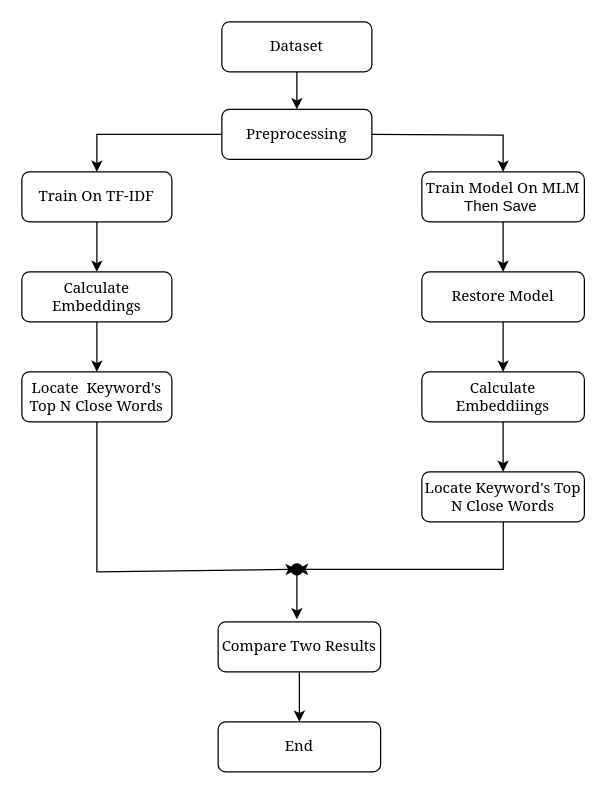
The draw.io diagram ProcessDiagram.drawio in oitik/drawio, before the edit. Source tidied: cells renumbered, new cells numbered last; positions are measured from the earlier drawing's top-left corner, leaving out a move shared by most shapes. Both pictures are drawn from the tidied source at 125%, with x=0, y=0 at pixel (21, 21).
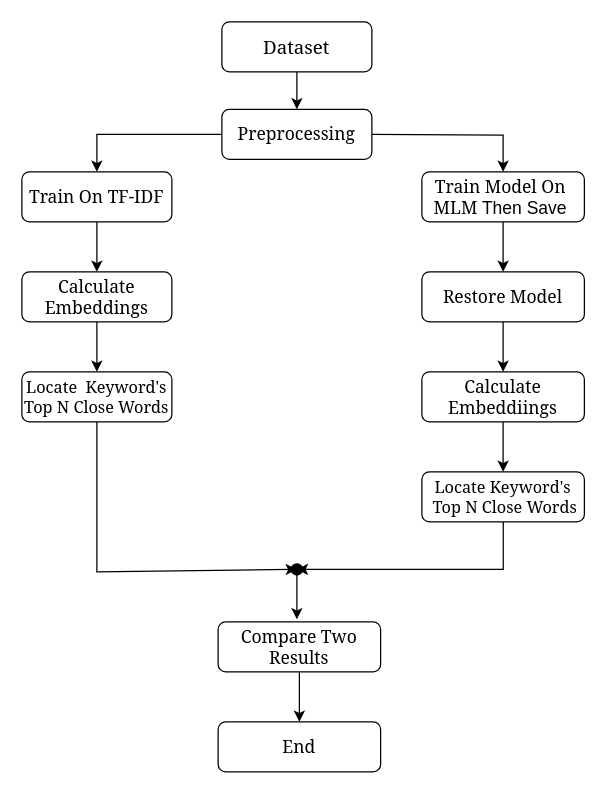
Above is the later version.

Change to the diagram source:
```diff
@@
-    <mxCell id="3" value="&lt;font face=&quot;Georgia&quot;&gt;Dataset&lt;/font&gt;" style="rounded=1;whiteSpace=wrap;html=1;fontSize=12;glass=0;strokeWidth=1;shadow=0;" parent="1" vertex="1">
+    <mxCell id="3" value="&lt;font style=&quot;font-size: 15px;&quot; face=&quot;Georgia&quot;&gt;Dataset&lt;/font&gt;" style="rounded=1;whiteSpace=wrap;html=1;fontSize=12;glass=0;strokeWidth=1;shadow=0;" parent="1" vertex="1">
       <mxGeometry x="160" width="120" height="40" as="geometry" />
     </mxCell>
@@
-    <mxCell id="6" value="&lt;font face=&quot;Georgia&quot;&gt;Train Model On MLM&lt;/font&gt;&lt;div&gt;&lt;font face=&quot;YG_AiRH8RdLS5TOYh-Wq&quot;&gt;Then Save&amp;nbsp;&lt;/font&gt;&lt;/div&gt;" style="whiteSpace=wrap;html=1;rounded=1;glass=0;strokeWidth=1;shadow=0;" parent="1" vertex="1">
+    <mxCell id="6" value="&lt;font style=&quot;font-size: 14px;&quot; face=&quot;Georgia&quot;&gt;Train Model On&amp;nbsp;&lt;/font&gt;&lt;div style=&quot;font-size: 14px;&quot;&gt;&lt;font style=&quot;font-size: 14px;&quot;&gt;&lt;span style=&quot;font-family: Georgia;&quot;&gt;MLM&amp;nbsp;&lt;/span&gt;&lt;span style=&quot;font-family: YG_AiRH8RdLS5TOYh-Wq;&quot;&gt;Then Save&amp;nbsp;&lt;/span&gt;&lt;/font&gt;&lt;/div&gt;" style="whiteSpace=wrap;html=1;rounded=1;glass=0;strokeWidth=1;shadow=0;" parent="1" vertex="1">
       <mxGeometry x="320" y="120" width="130" height="40" as="geometry" />
     </mxCell>
@@
-    <mxCell id="8" value="&lt;font face=&quot;Georgia&quot;&gt;Preprocessing&lt;/font&gt;" style="rounded=1;whiteSpace=wrap;html=1;fontSize=12;glass=0;strokeWidth=1;shadow=0;" parent="1" vertex="1">
+    <mxCell id="8" value="&lt;font style=&quot;font-size: 14px;&quot; face=&quot;Georgia&quot;&gt;Preprocessing&lt;/font&gt;" style="rounded=1;whiteSpace=wrap;html=1;fontSize=12;glass=0;strokeWidth=1;shadow=0;" parent="1" vertex="1">
       <mxGeometry x="160" y="70" width="120" height="40" as="geometry" />
     </mxCell>
@@
-    <mxCell id="10" value="&lt;font face=&quot;Georgia&quot;&gt;Train On TF-IDF&lt;/font&gt;" style="rounded=1;whiteSpace=wrap;html=1;fontSize=12;glass=0;strokeWidth=1;shadow=0;" parent="1" vertex="1">
+    <mxCell id="10" value="&lt;font style=&quot;font-size: 14px;&quot; face=&quot;Georgia&quot;&gt;Train On TF-IDF&lt;/font&gt;" style="rounded=1;whiteSpace=wrap;html=1;fontSize=12;glass=0;strokeWidth=1;shadow=0;" parent="1" vertex="1">
       <mxGeometry y="120" width="120" height="40" as="geometry" />
     </mxCell>
@@
-    <mxCell id="12" value="&lt;font face=&quot;Georgia&quot;&gt;Calculate Embeddings&lt;/font&gt;" style="rounded=1;whiteSpace=wrap;html=1;fontSize=12;glass=0;strokeWidth=1;shadow=0;" parent="1" vertex="1">
+    <mxCell id="12" value="&lt;font style=&quot;font-size: 14px;&quot; face=&quot;Georgia&quot;&gt;Calculate Embeddings&lt;/font&gt;" style="rounded=1;whiteSpace=wrap;html=1;fontSize=12;glass=0;strokeWidth=1;shadow=0;" parent="1" vertex="1">
       <mxGeometry y="200" width="120" height="40" as="geometry" />
     </mxCell>
@@
-    <mxCell id="14" value="&lt;font face=&quot;Georgia&quot;&gt;Restore Model&lt;/font&gt;" style="whiteSpace=wrap;html=1;rounded=1;glass=0;strokeWidth=1;shadow=0;" parent="1" vertex="1">
+    <mxCell id="14" value="&lt;font style=&quot;font-size: 14px;&quot; face=&quot;Georgia&quot;&gt;Restore Model&lt;/font&gt;" style="whiteSpace=wrap;html=1;rounded=1;glass=0;strokeWidth=1;shadow=0;" parent="1" vertex="1">
       <mxGeometry x="320" y="200" width="130" height="40" as="geometry" />
     </mxCell>
@@
-    <mxCell id="16" value="&lt;font face=&quot;Georgia&quot;&gt;Calculate Embeddiings&lt;/font&gt;" style="whiteSpace=wrap;html=1;rounded=1;glass=0;strokeWidth=1;shadow=0;" parent="1" vertex="1">
+    <mxCell id="16" value="&lt;font style=&quot;font-size: 14px;&quot; face=&quot;Georgia&quot;&gt;Calculate Embeddiings&lt;/font&gt;" style="whiteSpace=wrap;html=1;rounded=1;glass=0;strokeWidth=1;shadow=0;" parent="1" vertex="1">
       <mxGeometry x="320" y="280" width="130" height="40" as="geometry" />
     </mxCell>
@@
-    <mxCell id="18" value="&lt;font face=&quot;Georgia&quot;&gt;Locate Keyword's Top N Close Words&lt;/font&gt;" style="whiteSpace=wrap;html=1;rounded=1;glass=0;strokeWidth=1;shadow=0;" parent="1" vertex="1">
+    <mxCell id="18" value="&lt;font style=&quot;font-size: 13px;&quot; face=&quot;Georgia&quot;&gt;Locate Keyword's&lt;/font&gt;&lt;div&gt;&lt;font style=&quot;font-size: 13px;&quot; face=&quot;Georgia&quot;&gt;&amp;nbsp;Top N Close Words&lt;/font&gt;&lt;/div&gt;" style="whiteSpace=wrap;html=1;rounded=1;glass=0;strokeWidth=1;shadow=0;" parent="1" vertex="1">
       <mxGeometry x="320" y="360" width="130" height="40" as="geometry" />
     </mxCell>
-    <mxCell id="19" value="&lt;font face=&quot;Georgia&quot;&gt;Locate &amp;nbsp;Keyword's Top N Close Words&lt;/font&gt;" style="rounded=1;whiteSpace=wrap;html=1;fontSize=12;glass=0;strokeWidth=1;shadow=0;" parent="1" vertex="1">
+    <mxCell id="19" value="&lt;font style=&quot;font-size: 13px;&quot; face=&quot;Georgia&quot;&gt;Locate &amp;nbsp;Keyword's Top N Close Words&lt;/font&gt;" style="rounded=1;whiteSpace=wrap;html=1;fontSize=12;glass=0;strokeWidth=1;shadow=0;" parent="1" vertex="1">
       <mxGeometry y="280" width="120" height="40" as="geometry" />
     </mxCell>
@@
-    <mxCell id="24" value="&lt;font face=&quot;Georgia&quot;&gt;Compare Two Results&lt;/font&gt;" style="whiteSpace=wrap;html=1;rounded=1;glass=0;strokeWidth=1;shadow=0;" parent="1" vertex="1">
+    <mxCell id="24" value="&lt;font style=&quot;font-size: 14px;&quot; face=&quot;Georgia&quot;&gt;Compare Two Results&lt;/font&gt;" style="whiteSpace=wrap;html=1;rounded=1;glass=0;strokeWidth=1;shadow=0;" parent="1" vertex="1">
       <mxGeometry x="157" y="480" width="130" height="40" as="geometry" />
     </mxCell>
-    <mxCell id="25" value="&lt;font face=&quot;Georgia&quot;&gt;End&lt;/font&gt;" style="whiteSpace=wrap;html=1;rounded=1;glass=0;strokeWidth=1;shadow=0;" parent="1" vertex="1">
+    <mxCell id="25" value="&lt;font style=&quot;font-size: 14px;&quot; face=&quot;Georgia&quot;&gt;End&lt;/font&gt;" style="whiteSpace=wrap;html=1;rounded=1;glass=0;strokeWidth=1;shadow=0;" parent="1" vertex="1">
       <mxGeometry x="157" y="560" width="130" height="40" as="geometry" />
     </mxCell>
```
